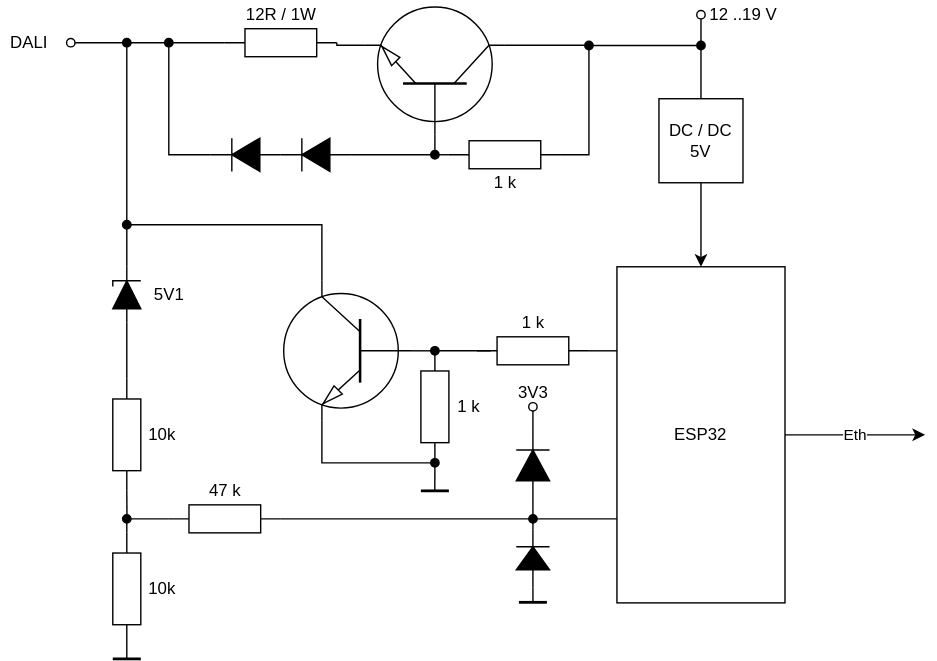
Earlier version of the draw.io export docs/light/dali/esp32eth/esp_interface.svg (atitoff/CSH4). Source tidied: cells renumbered, new cells last; positions are measured from the earlier drawing's top-left corner, leaving out a move shared by most shapes.
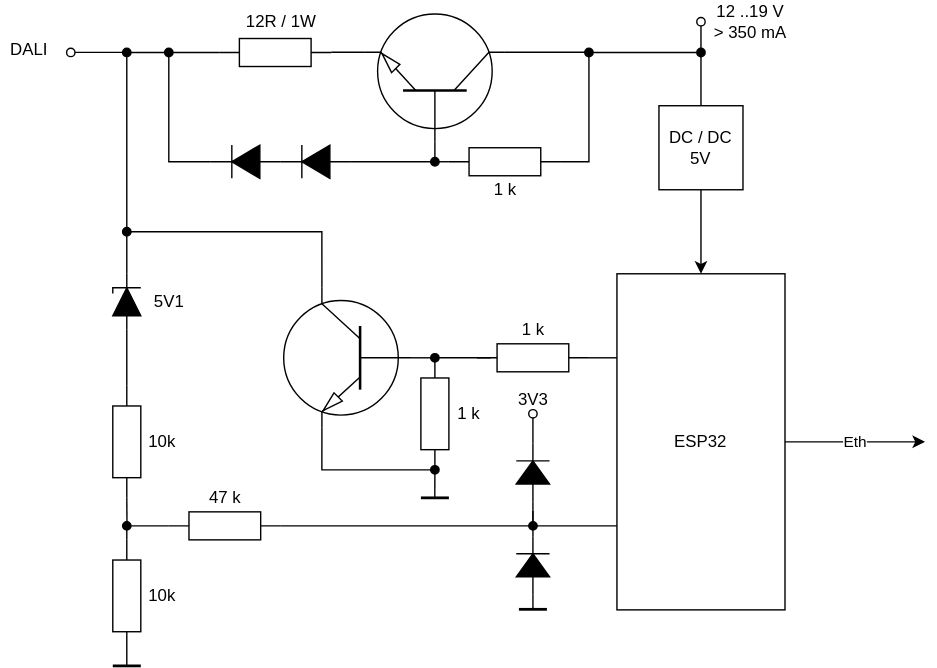
Later version of the same file.

What changed in the source:
```diff
@@ -166,11 +166,11 @@
       </mxGeometry>
     </mxCell>
     <mxCell id="36" style="verticalLabelPosition=bottom;shadow=0;dashed=0;align=center;html=1;verticalAlign=top;shape=mxgraph.electrical.resistors.resistor_1;" parent="1" vertex="1">
-      <mxGeometry x="160" y="20" width="80" height="20" as="geometry" />
+      <mxGeometry x="156" y="22" width="80" height="20" as="geometry" />
     </mxCell>
     <mxCell id="37" style="edgeStyle=orthogonalEdgeStyle;rounded=0;jettySize=auto;html=1;exitX=1;exitY=0.5;exitDx=0;exitDy=0;exitPerimeter=0;endArrow=oval;endFill=1;strokeWidth=1;" parent="1" edge="1" source="48">
       <mxGeometry relative="1" as="geometry">
-        <mxPoint x="120" y="30" as="targetPoint" />
+        <mxPoint x="120" y="32" as="targetPoint" />
         <Array as="points">
           <mxPoint x="120" y="110" />
         </Array>
@@ -182,8 +182,8 @@
         <mxPoint x="310" y="110" as="targetPoint" />
       </mxGeometry>
     </mxCell>
-    <mxCell id="39" value="12 ..19 V" style="text;html=1;align=center;verticalAlign=middle;" parent="1" vertex="1">
-      <mxGeometry x="500" width="60" height="20" as="geometry" />
+    <mxCell id="39" value="12 ..19 V&lt;br&gt;&amp;gt; 350 mA" style="text;html=1;align=center;verticalAlign=middle;" parent="1" vertex="1">
+      <mxGeometry x="500" y="-5" width="70" height="30" as="geometry" />
     </mxCell>
     <mxCell id="40" value="12R / 1W" style="text;html=1;align=center;verticalAlign=middle;" parent="1" vertex="1">
       <mxGeometry x="165" width="70" height="20" as="geometry" />
@@ -212,19 +212,17 @@
     <mxCell id="48" style="fillColor=strokeColor;verticalLabelPosition=bottom;shadow=0;dashed=0;align=center;html=1;verticalAlign=top;shape=mxgraph.electrical.diodes.diode;rotation=-180;" parent="1" vertex="1">
       <mxGeometry x="150" y="98.1" width="50" height="23.8" as="geometry" />
     </mxCell>
-    <mxCell id="49" style="edgeStyle=orthogonalEdgeStyle;rounded=0;jettySize=auto;html=1;exitX=1;exitY=0.5;exitDx=0;exitDy=0;exitPerimeter=0;endArrow=oval;endFill=0;strokeWidth=1;" parent="1" edge="1" source="51">
+    <mxCell id="49" style="edgeStyle=orthogonalEdgeStyle;rounded=0;jettySize=auto;html=1;exitX=1;exitY=0.5;exitDx=0;exitDy=0;exitPerimeter=0;endArrow=oval;endFill=0;strokeWidth=1;" parent="1" edge="1" source="62">
       <mxGeometry relative="1" as="geometry">
         <mxPoint x="380" y="290" as="targetPoint" />
       </mxGeometry>
     </mxCell>
-    <mxCell id="50" style="edgeStyle=orthogonalEdgeStyle;rounded=0;jettySize=auto;html=1;exitX=0;exitY=0.5;exitDx=0;exitDy=0;exitPerimeter=0;endArrow=none;endFill=0;strokeWidth=1;" parent="1" edge="1" source="51">
+    <mxCell id="50" style="edgeStyle=orthogonalEdgeStyle;rounded=0;orthogonalLoop=1;jettySize=auto;html=1;exitX=0;exitY=0.5;exitDx=0;exitDy=0;exitPerimeter=0;endArrow=none;endFill=0;strokeWidth=1;" parent="1" edge="1">
       <mxGeometry relative="1" as="geometry">
+        <mxPoint x="380" y="359.4" as="sourcePoint" />
         <mxPoint x="380" y="367" as="targetPoint" />
       </mxGeometry>
     </mxCell>
-    <mxCell id="51" style="fillColor=strokeColor;verticalLabelPosition=bottom;shadow=0;dashed=0;align=center;html=1;verticalAlign=top;shape=mxgraph.electrical.diodes.diode;rotation=-90;" parent="1" vertex="1">
-      <mxGeometry x="352.5" y="320" width="55" height="23.8" as="geometry" />
-    </mxCell>
     <mxCell id="52" style="edgeStyle=orthogonalEdgeStyle;rounded=0;jettySize=auto;html=1;exitX=0;exitY=0.5;exitDx=0;exitDy=0;exitPerimeter=0;endArrow=none;endFill=0;strokeWidth=1;" parent="1" edge="1" source="54">
       <mxGeometry relative="1" as="geometry">
         <mxPoint x="380" y="430" as="targetPoint" />
@@ -257,12 +255,20 @@
     </mxCell>
     <mxCell id="59" style="endArrow=oval;html=1;strokeWidth=1;endFill=1;startArrow=oval;startFill=0;" parent="1" edge="1">
       <mxGeometry relative="1" as="geometry">
-        <mxPoint x="50" y="30" as="sourcePoint" />
-        <mxPoint x="90" y="30" as="targetPoint" />
+        <mxPoint x="50" y="31.9" as="sourcePoint" />
+        <mxPoint x="90" y="31.9" as="targetPoint" />
       </mxGeometry>
     </mxCell>
     <mxCell id="60" value="DALI" style="text;html=1;align=center;verticalAlign=middle;" parent="1" vertex="1">
       <mxGeometry y="20" width="40" height="20" as="geometry" />
     </mxCell>
+    <mxCell id="61" style="edgeStyle=orthogonalEdgeStyle;rounded=0;jettySize=auto;html=1;exitX=0;exitY=0.5;exitDx=0;exitDy=0;exitPerimeter=0;endArrow=none;endFill=0;" parent="1" edge="1" source="62">
+      <mxGeometry relative="1" as="geometry">
+        <mxPoint x="380" y="370" as="targetPoint" />
+      </mxGeometry>
+    </mxCell>
+    <mxCell id="62" style="fillColor=strokeColor;verticalLabelPosition=bottom;shadow=0;dashed=0;align=center;html=1;verticalAlign=top;shape=mxgraph.electrical.diodes.diode;rotation=-90;" parent="1" vertex="1">
+      <mxGeometry x="359.4" y="320" width="41.2" height="23.8" as="geometry" />
+    </mxCell>
   </root>
 </mxGraphModel>
```
